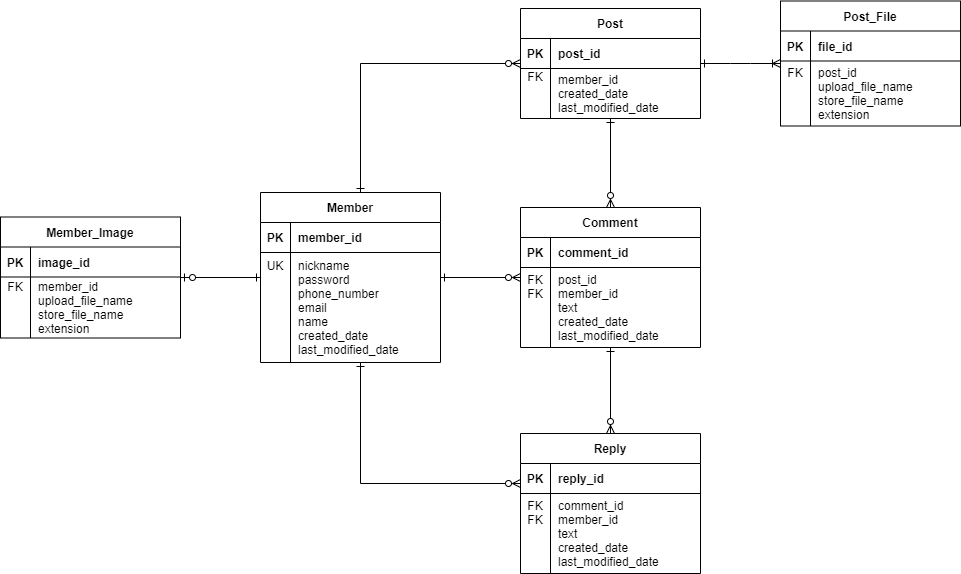
Before: Sprint1 Table.drawio.png, a diagram exported from draw.io (JunYoung-C/Instagram). Source tidied: cells renumbered, new cells last; positions are measured from the earlier drawing's top-left corner, leaving out a move shared by most shapes.
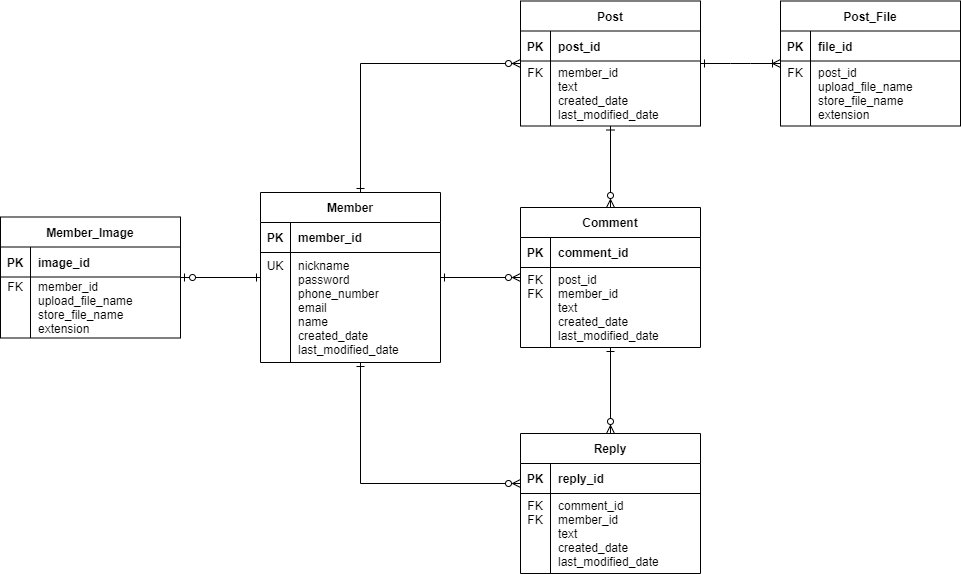
Above is the later version.

Commit message:
docs: Post 테이블에 text 필드 추가

What changed in the source:
```diff
@@ -69,7 +69,7 @@
       <mxGeometry relative="1" as="geometry" />
     </mxCell>
     <mxCell id="24" value="Post" style="shape=table;startSize=30;rowLines=0;fontStyle=1;align=center;" parent="1" vertex="1">
-      <mxGeometry x="520" y="7" width="180" height="110" as="geometry" />
+      <mxGeometry x="520" y="-0.5" width="180" height="125" as="geometry" />
     </mxCell>
     <mxCell id="25" style="shape=tableRow;horizontal=0;startSize=0;swimlaneHead=0;swimlaneBody=0;fillColor=none;top=0;left=0;right=0;bottom=1;" parent="24" vertex="1">
       <mxGeometry y="30" width="180" height="30" as="geometry" />
@@ -81,13 +81,13 @@
       <mxGeometry x="30" width="150" height="30" as="geometry" />
     </mxCell>
     <mxCell id="28" style="shape=tableRow;horizontal=0;startSize=0;swimlaneHead=0;swimlaneBody=0;fillColor=none;top=0;left=0;right=0;bottom=0;" parent="24" vertex="1">
-      <mxGeometry y="60" width="180" height="50" as="geometry" />
+      <mxGeometry y="60" width="180" height="65" as="geometry" />
     </mxCell>
     <mxCell id="29" value="FK&#10;&#10;&#10;" style="shape=partialRectangle;fillColor=none;top=0;left=0;bottom=0;right=0;overflow=hidden;" parent="28" vertex="1">
-      <mxGeometry width="30" height="50" as="geometry" />
+      <mxGeometry width="30" height="65" as="geometry" />
     </mxCell>
-    <mxCell id="30" value="member_id&#10;created_date&#10;last_modified_date" style="shape=partialRectangle;fillColor=none;top=0;left=0;bottom=0;right=0;align=left;spacingLeft=6;overflow=hidden;" parent="28" vertex="1">
-      <mxGeometry x="30" width="150" height="50" as="geometry" />
+    <mxCell id="30" value="member_id&#10;text&#10;created_date&#10;last_modified_date" style="shape=partialRectangle;fillColor=none;top=0;left=0;bottom=0;right=0;align=left;spacingLeft=6;overflow=hidden;" parent="28" vertex="1">
+      <mxGeometry x="30" width="150" height="65" as="geometry" />
     </mxCell>
     <mxCell id="31" style="fontSize=12;html=1;endArrow=ERzeroToMany;endFill=1;rounded=0;startArrow=ERone;startFill=0;edgeStyle=orthogonalEdgeStyle;" parent="1" edge="1" source="2" target="24">
       <mxGeometry relative="1" as="geometry">
```
